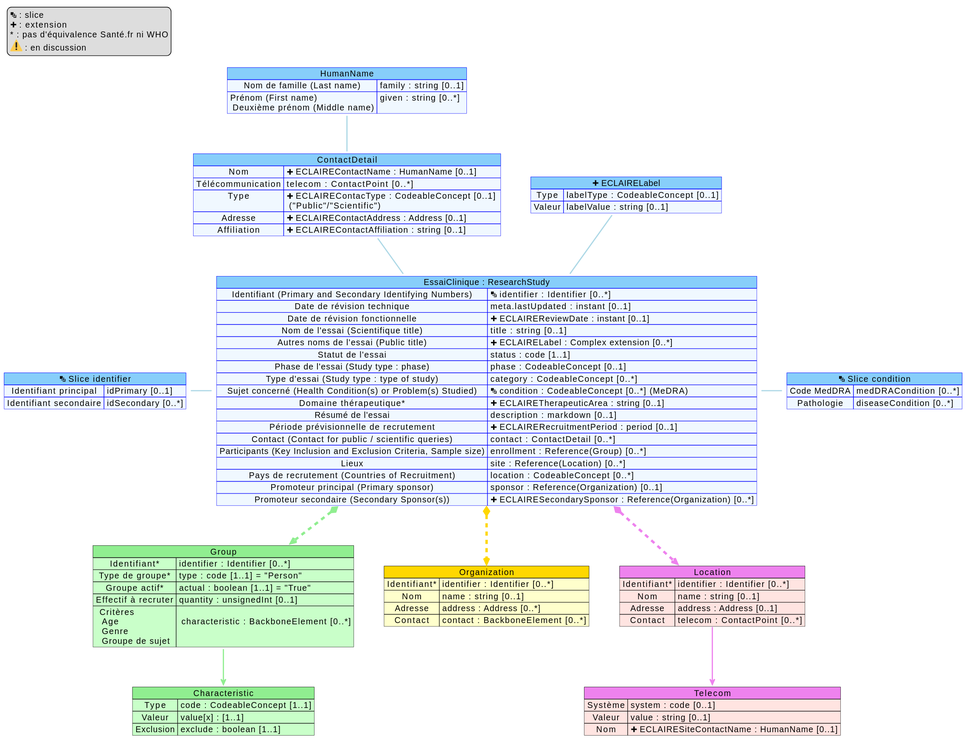
Before: ig/ajout-donnees-mapping/mappingResearchStudy.svg, a diagram exported from PlantUML (ansforge/essais-cliniques). The source it was exported from:
```plantuml
@startuml
map "ContactDetail" as Contact #back:AliceBlue;header:LightSkyBlue;line:blue {
    Nom => name :  string [0..1]
    Télécommunication => telecom :  ContactPoint [0..*]
    Type => <&plus> ECLAIREContacType :  CodeableConcept [0..1] \n ("Public"/"Scientific")
    Adresse => <&plus> ECLAIREContactAddress : Address [0..1]
    Affiliation => <&plus> ECLAIREContactAffiliation : string [0..1]
    Nom => <&plus> ECLAIREContactName : HumanName [0..1]
}

map "HumanName" as slice_name #back:AliceBlue;header:LightSkyBlue;line:blue {
    Nom de famille (Last name) => family : string [0..1]
    Prénom (First name) \n Deuxième prénom (Middle name) => given : string [0..*]
}

map "<&layers> Slice identifier" as slice_identifier #back:AliceBlue;header:LightSkyBlue;line:blue {
    Identifiant principal => idPrimary [0..1]
    Identifiant secondaire => idSecondary [0..*]
}

map "<&layers> Slice condition" as slice_condition #back:AliceBlue;header:LightSkyBlue;line:blue {
    Code MedDRA => medDRACondition [0..*]
    Pathologie => diseaseCondition [0..*]
}

map "<&plus> ECLAIRELabel" as label #back:AliceBlue;header:LightSkyBlue;line:blue {
    Type => labelType : CodeableConcept [0..1]
    Valeur => labelValue : string [0..1]
}

map "Group" as Group #back:TECHNOLOGY;header:LightGreen {
    Identifiant* => identifier : Identifier [0..*]
    Type de groupe* => type : code [1..1] = "Person"
    Groupe actif* => actual : boolean [1..1] = "True"
    Effectif à recruter => quantity : unsignedInt [0..1]
    Critères \n Age \n Genre \n Groupe de sujet => \n characteristic : BackboneElement [0..*]
}

map "Characteristic" as Characteristic #back:TECHNOLOGY;header:LightGreen {
    Type  => code : CodeableConcept [1..1]
    Valeur => value[x] : [1..1]
    Exclusion => exclude : boolean [1..1]
}

map "Organization" as Organization #back:BUSINESS;header:Gold {
    Identifiant* => identifier : Identifier [0..*]
    Nom => name : string [0..1]
    Adresse => address : Address [0..*]
    Contact => contact : BackboneElement [0..*]
}

map "Location" as Location #back:MistyRose;header:Violet {
    Identifiant* => identifier : Identifier [0..*]
    Nom => name : string [0..1]
    Adresse => address : Address [0..1]
    Contact => telecom : ContactPoint [0..*]
}

map "Telecom" as Telecom #back:MistyRose;header:Violet {
    Système  => system : code [0..1]
    Valeur => value : string [0..1]
    Nom => <&plus> ECLAIRESiteContactName : HumanName [0..1]
}

map "EssaiClinique : ResearchStudy" as RS #back:AliceBlue;header:LightSkyBlue;line:blue {
    Identifiant (Primary and Secondary Identifying Numbers) => <&layers> identifier : Identifier [0..*]
    Date de révision technique => meta.lastUpdated : instant [0..1]
    Date de révision fonctionnelle => <&plus> ECLAIREReviewDate : instant [0..1]
    Nom de l'essai (Scientifique title) => title : string [0..1]
    Autres noms de l'essai (Public title) => <&plus> ECLAIRELabel : Complex extension [0..*]
    Statut de l'essai => status : code [1..1]
    Phase de l'essai (Study type : phase) => phase : CodeableConcept [0..1]
    Type d'essai (Study type : type of study) => category : CodeableConcept [0..*]
    Sujet concerné (Health Condition(s) or Problem(s) Studied) => <&layers> condition : CodeableConcept [0..*] (MeDRA)
    Domaine thérapeutique* => <&plus> ECLAIRETherapeuticArea : string [0..1]
    Résumé de l'essai => description : markdown [0..1]
    Période prévisionnelle de recrutement => <&plus> ECLAIRERecruitmentPeriod : period [0..1]
    Contact (Contact for public / scientific queries) => contact : ContactDetail [0..*]
    Participants (Key Inclusion and Exclusion Criteria, Sample size) => enrollment : Reference(Group) [0..*]
    Lieux => site : Reference(Location) [0..*]
    Pays de recrutement (Countries of Recruitment) => location : CodeableConcept [0..*]
    Promoteur principal (Primary sponsor) => sponsor : Reference(Organization) [0..1]
    Promoteur secondaire (Secondary Sponsor(s)) => <&plus> ECLAIRESecondarySponsor  : Reference(Organization) [0..*]
}


RS *-[#Violet,dashed,thickness=4]-> Location
RS *-[#LightGreen,dashed,thickness=4]-> Group
RS *-[#Gold,dashed,thickness=4]-> Organization

slice_identifier -[#lightBlue,thickness=2] RS
RS -[#lightBlue,thickness=2] slice_condition
Contact --[#lightBlue,thickness=2] RS
label --[#lightBlue,thickness=2] RS
slice_name --[#lightBlue,thickness=2] Contact

Group -[hidden] Organization

Group::Critères --[#LightGreen,thickness=2]> Characteristic
Location::Contact --[#Violet,thickness=2]> Telecom


legend top left
  <&layers> : slice
  <&plus> : extension
  ~* : pas d'équivalence Santé.fr ni WHO
  <:warning:> : en discussion
endlegend
@enduml
```
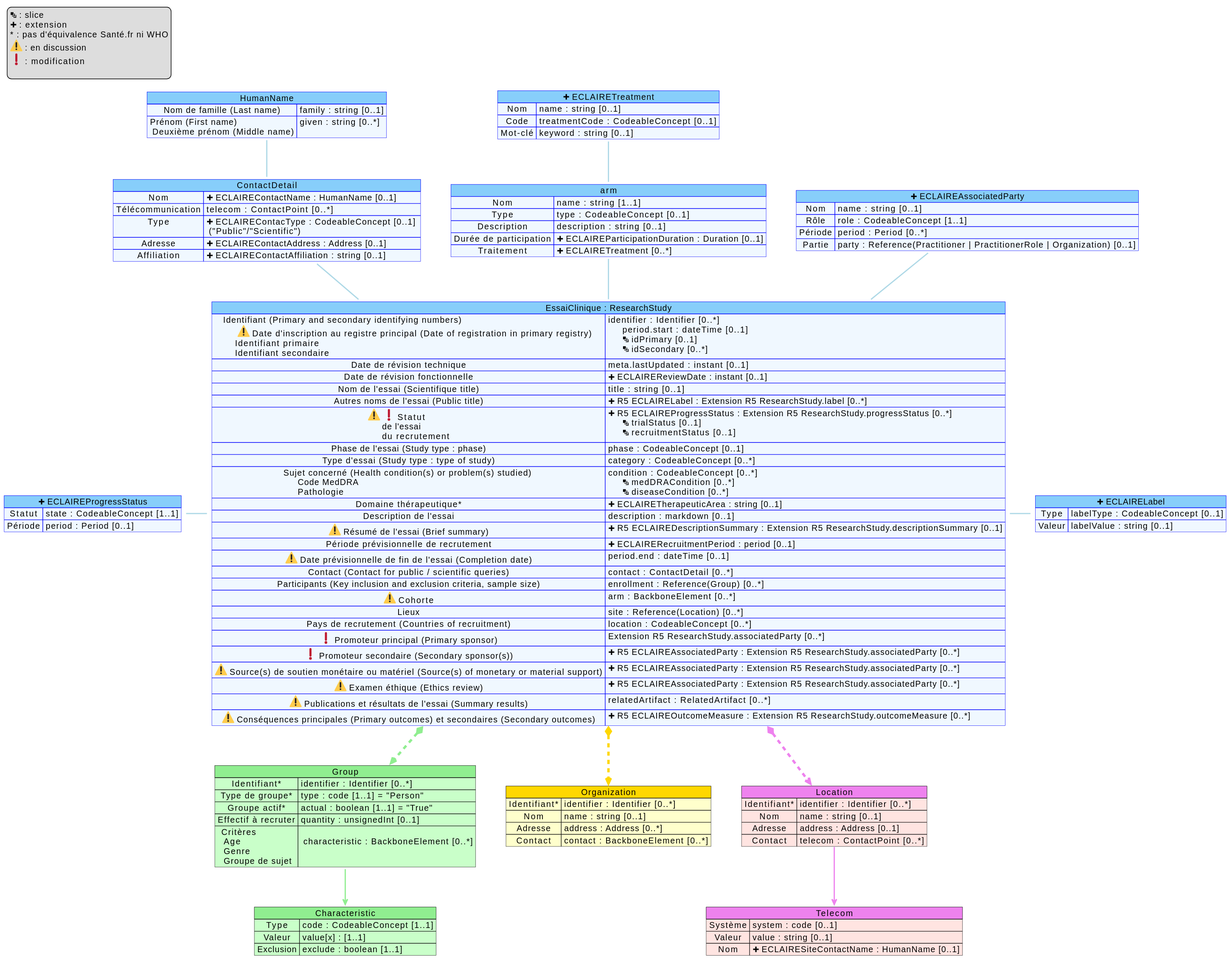
Above is the later version.

The edit, as a diff of the source:
```diff
@@ -8,24 +8,40 @@
     Nom => <&plus> ECLAIREContactName : HumanName [0..1]
 }
 
-map "HumanName" as slice_name #back:AliceBlue;header:LightSkyBlue;line:blue {
+map "HumanName" as name #back:AliceBlue;header:LightSkyBlue;line:blue {
     Nom de famille (Last name) => family : string [0..1]
     Prénom (First name) \n Deuxième prénom (Middle name) => given : string [0..*]
 }
 
-map "<&layers> Slice identifier" as slice_identifier #back:AliceBlue;header:LightSkyBlue;line:blue {
-    Identifiant principal => idPrimary [0..1]
-    Identifiant secondaire => idSecondary [0..*]
+map arm #back:AliceBlue;header:LightSkyBlue;line:blue {
+    Nom => name :  string [1..1]
+    Type => type :  CodeableConcept [0..1]
+    Description => description :  string [0..1]
+    Durée de participation => <&plus> ECLAIREParticipationDuration : Duration [0..1]
+    Traitement => <&plus> ECLAIRETreatment [0..*]
 }
 
-map "<&layers> Slice condition" as slice_condition #back:AliceBlue;header:LightSkyBlue;line:blue {
-    Code MedDRA => medDRACondition [0..*]
-    Pathologie => diseaseCondition [0..*]
+map "<&plus> ECLAIREAssociatedParty" as AP #back:AliceBlue;header:LightSkyBlue;line:blue {
+    Nom => name :  string [0..1]
+    Rôle => role :  CodeableConcept [1..1]
+    Période => period :  Period [0..*]
+    Partie => party : Reference(Practitioner | PractitionerRole | Organization) [0..1]
+}
+
+map "<&plus> ECLAIRETreatment" as treatment #back:AliceBlue;header:LightSkyBlue;line:blue {
+    Nom => name : string [0..1]
+    Code => treatmentCode : CodeableConcept [0..1]
+    Mot-clé => keyword : string [0..1]
 }
 
 map "<&plus> ECLAIRELabel" as label #back:AliceBlue;header:LightSkyBlue;line:blue {
     Type => labelType : CodeableConcept [0..1]
     Valeur => labelValue : string [0..1]
+}
+
+map "<&plus> ECLAIREProgressStatus" as status #back:AliceBlue;header:LightSkyBlue;line:blue {
+    Statut => state : CodeableConcept [1..1]
+    Période => period : Period [0..1]
 }
 
 map "Group" as Group #back:TECHNOLOGY;header:LightGreen {
@@ -62,25 +78,34 @@
     Nom => <&plus> ECLAIRESiteContactName : HumanName [0..1]
 }
 
+
+
 map "EssaiClinique : ResearchStudy" as RS #back:AliceBlue;header:LightSkyBlue;line:blue {
-    Identifiant (Primary and Secondary Identifying Numbers) => <&layers> identifier : Identifier [0..*]
+    Identifiant (Primary and secondary identifying numbers) \n      <:warning:> Date d'inscription au registre principal (Date of registration in primary registry) \n     Identifiant primaire \n     Identifiant secondaire => identifier : Identifier [0..*] \n      period.start : dateTime [0..1] \n      <&layers> idPrimary [0..1] \n      <&layers> idSecondary [0..*]
     Date de révision technique => meta.lastUpdated : instant [0..1]
     Date de révision fonctionnelle => <&plus> ECLAIREReviewDate : instant [0..1]
     Nom de l'essai (Scientifique title) => title : string [0..1]
-    Autres noms de l'essai (Public title) => <&plus> ECLAIRELabel : Complex extension [0..*]
-    Statut de l'essai => status : code [1..1]
+    Autres noms de l'essai (Public title) => <&plus> R5 ECLAIRELabel : Extension R5 ResearchStudy.label [0..*]
+    <:warning:> <:exclamation:> Statut \n      de l'essai \n      du recrutement => <&plus> R5 ECLAIREProgressStatus : Extension R5 ResearchStudy.progressStatus [0..*] \n      <&layers> trialStatus [0..1] \n      <&layers> recruitmentStatus [0..1]
     Phase de l'essai (Study type : phase) => phase : CodeableConcept [0..1]
     Type d'essai (Study type : type of study) => category : CodeableConcept [0..*]
-    Sujet concerné (Health Condition(s) or Problem(s) Studied) => <&layers> condition : CodeableConcept [0..*] (MeDRA)
+    Sujet concerné (Health condition(s) or problem(s) studied) \n      Code MedDRA \n      Pathologie => condition : CodeableConcept [0..*] \n      <&layers> medDRACondition [0..*] \n      <&layers> diseaseCondition [0..*]
     Domaine thérapeutique* => <&plus> ECLAIRETherapeuticArea : string [0..1]
-    Résumé de l'essai => description : markdown [0..1]
+    Description de l'essai => description : markdown [0..1]
+    <:warning:> Résumé de l'essai (Brief summary) => <&plus> R5 ECLAIREDescriptionSummary : Extension R5 ResearchStudy.descriptionSummary [0..1]
     Période prévisionnelle de recrutement => <&plus> ECLAIRERecruitmentPeriod : period [0..1]
+    <:warning:> Date prévisionnelle de fin de l'essai (Completion date) => period.end : dateTime [0..1]
     Contact (Contact for public / scientific queries) => contact : ContactDetail [0..*]
-    Participants (Key Inclusion and Exclusion Criteria, Sample size) => enrollment : Reference(Group) [0..*]
+    Participants (Key inclusion and exclusion criteria, sample size) => enrollment : Reference(Group) [0..*]
+    <:warning:> Cohorte => arm : BackboneElement [0..*]
     Lieux => site : Reference(Location) [0..*]
-    Pays de recrutement (Countries of Recruitment) => location : CodeableConcept [0..*]
-    Promoteur principal (Primary sponsor) => sponsor : Reference(Organization) [0..1]
-    Promoteur secondaire (Secondary Sponsor(s)) => <&plus> ECLAIRESecondarySponsor  : Reference(Organization) [0..*]
+    Pays de recrutement (Countries of recruitment) => location : CodeableConcept [0..*]
+    <:exclamation:> Promoteur principal (Primary sponsor) => Extension R5 ResearchStudy.associatedParty [0..*]
+    <:exclamation:> Promoteur secondaire (Secondary sponsor(s)) => <&plus> R5 ECLAIREAssociatedParty : Extension R5 ResearchStudy.associatedParty [0..*]
+    <:warning:> Source(s) de soutien monétaire ou matériel (Source(s) of monetary or material support) => <&plus> R5 ECLAIREAssociatedParty : Extension R5 ResearchStudy.associatedParty [0..*]
+    <:warning:> Examen éthique (Ethics review) => <&plus> R5 ECLAIREAssociatedParty : Extension R5 ResearchStudy.associatedParty [0..*]
+    <:warning:> Publications et résultats de l'essai (Summary results) => relatedArtifact : RelatedArtifact [0..*]
+    <:warning:> Conséquences principales (Primary outcomes) et secondaires (Secondary outcomes)  => <&plus> R5 ECLAIREOutcomeMeasure : Extension R5 ResearchStudy.outcomeMeasure [0..*]
 }
 
 
@@ -88,11 +113,13 @@
 RS *-[#LightGreen,dashed,thickness=4]-> Group
 RS *-[#Gold,dashed,thickness=4]-> Organization
 
-slice_identifier -[#lightBlue,thickness=2] RS
-RS -[#lightBlue,thickness=2] slice_condition
 Contact --[#lightBlue,thickness=2] RS
-label --[#lightBlue,thickness=2] RS
-slice_name --[#lightBlue,thickness=2] Contact
+arm --[#lightBlue,thickness=2] RS
+treatment --[#lightBlue,thickness=2] arm
+RS -[#lightBlue,thickness=2] label
+name --[#lightBlue,thickness=2] Contact
+AP --[#lightBlue,thickness=2] RS
+status -[#lightBlue,thickness=2] RS
 
 Group -[hidden] Organization
 
@@ -105,5 +132,7 @@
   <&plus> : extension
   ~* : pas d'équivalence Santé.fr ni WHO
   <:warning:> : en discussion
+  <:exclamation:> : modification
+
 endlegend
 @enduml
```
